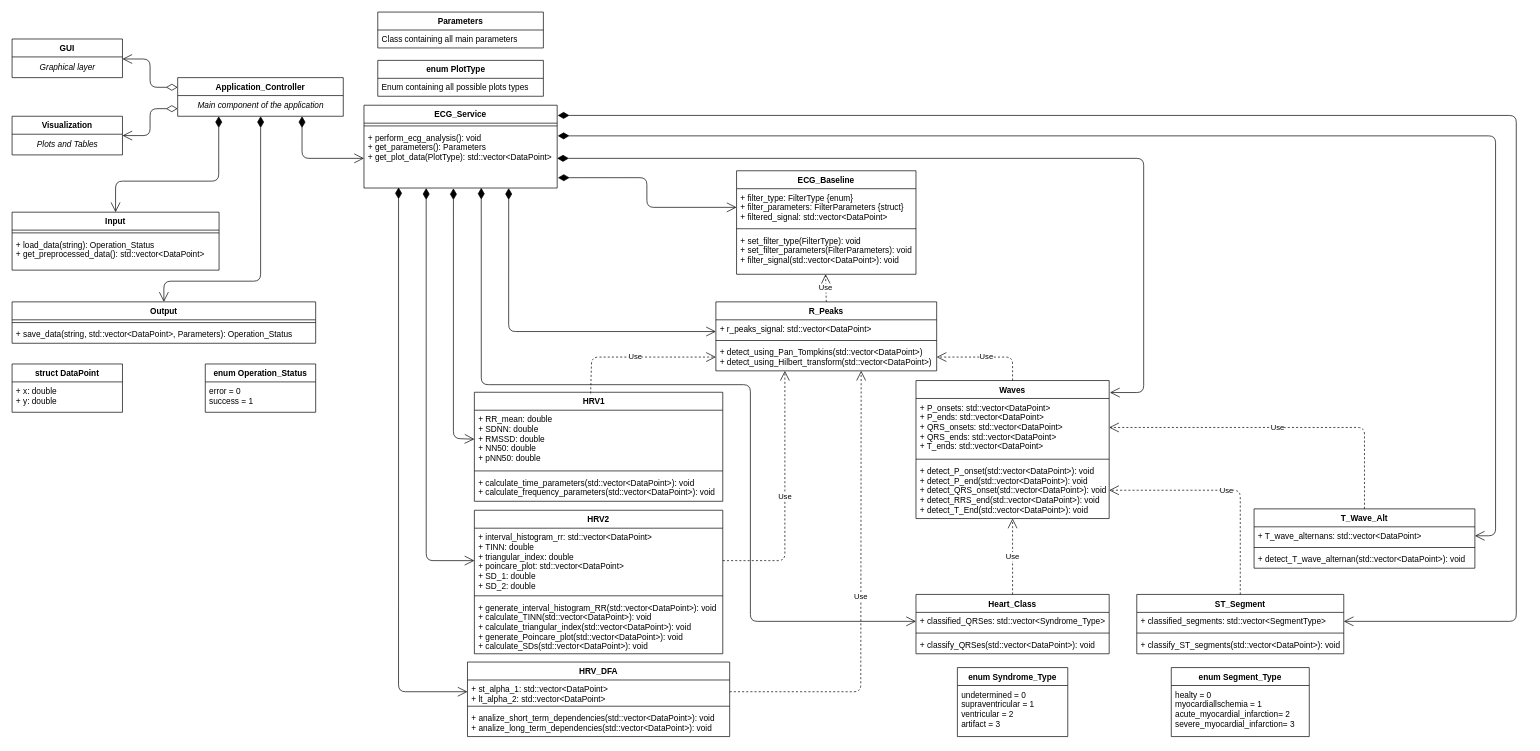
Earlier version of the draw.io diagram Heart Plotter/doc/class_diagram.drawio (kacpermilan/Heart-Plotter). Source tidied: cells renumbered, new cells numbered last; positions are measured from the earlier drawing's top-left corner, leaving out a move shared by most shapes. Both pictures are drawn from the tidied source at 69%, with x=0, y=0 at pixel (12, 12).
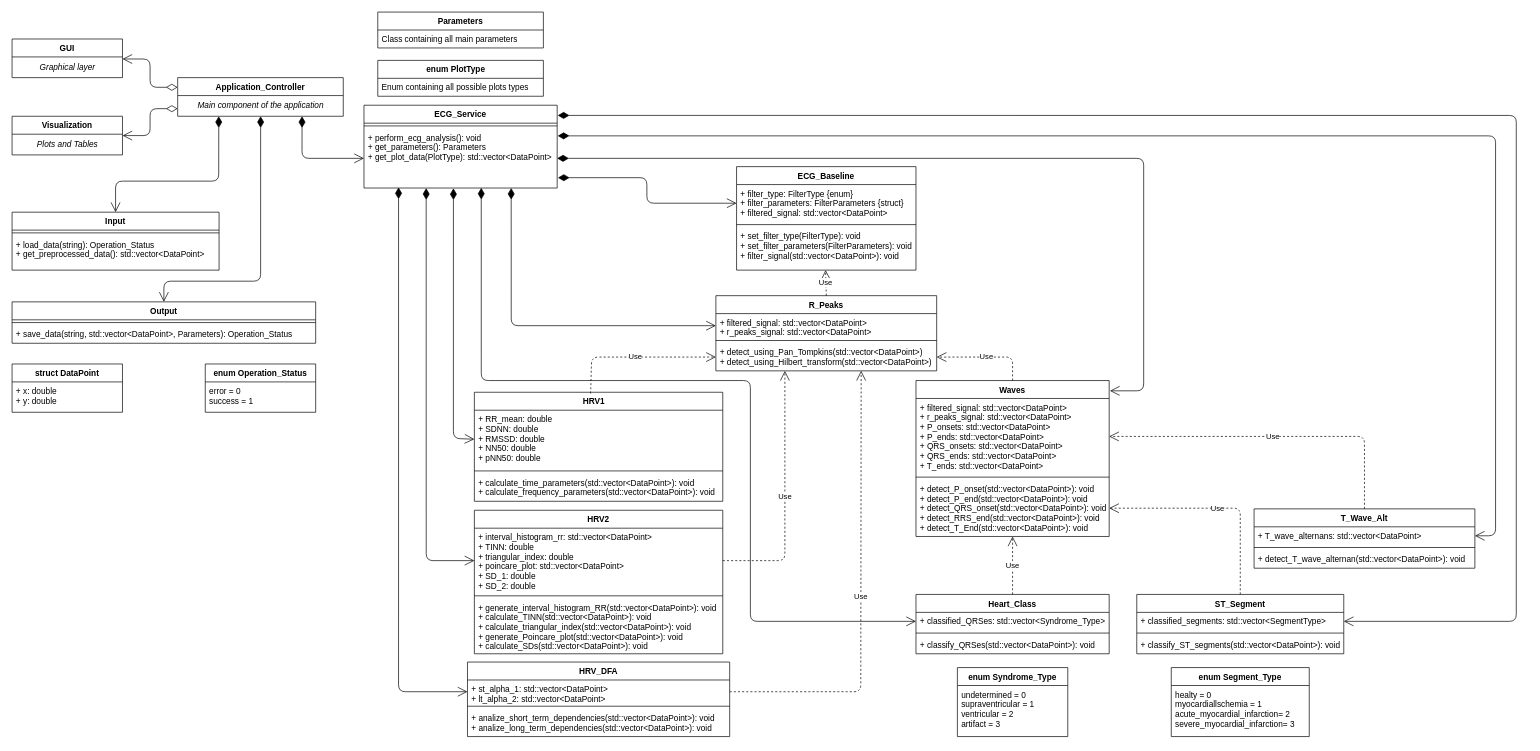
The same diagram, later.

Commit message (it also covers changes not shown here):
docs: adjust the class diagram

The change refers to these unchanged cells:
```xml
<mxCell id="3" value="+ filter_type: FilterType {enum}&#10;+ filter_parameters: FilterParameters {struct}&#10;+ filtered_signal: std::vector&lt;DataPoint&gt;" style="text;strokeColor=none;fillColor=none;align=left;verticalAlign=top;spacingLeft=4;spacingRight=4;overflow=hidden;points=[[0,0.5],[1,0.5]];portConstraint=eastwest;" parent="2" vertex="1">
  <mxGeometry y="26" width="260" height="54" as="geometry" />
</mxCell>
<mxCell id="27" value="+ classified_QRSes: std::vector&lt;Syndrome_Type&gt;" style="text;strokeColor=none;fillColor=none;align=left;verticalAlign=top;spacingLeft=4;spacingRight=4;overflow=hidden;points=[[0,0.5],[1,0.5]];portConstraint=eastwest;" parent="26" vertex="1">
  <mxGeometry y="26" width="280" height="26" as="geometry" />
</mxCell>
<mxCell id="30" value="T_Wave_Alt" style="swimlane;fontStyle=1;align=center;verticalAlign=top;horizontal=1;startSize=26;" parent="1" vertex="1">
  <mxGeometry x="1800" y="720" width="320" height="86" as="geometry" />
</mxCell>
<mxCell id="34" value="ST_Segment" style="swimlane;fontStyle=1;align=center;verticalAlign=top;horizontal=1;startSize=26;" parent="1" vertex="1">
  <mxGeometry x="1630" y="844" width="300" height="86" as="geometry" />
</mxCell>
<mxCell id="54" value="+ perform_ecg_analysis(): void&#10;+ get_parameters(): Parameters&#10;+ get_plot_data(PlotType): std::vector&lt;DataPoint&gt;" style="text;strokeColor=none;fillColor=none;align=left;verticalAlign=top;spacingLeft=4;spacingRight=4;overflow=hidden;points=[[0,0.5],[1,0.5]];portConstraint=eastwest;" parent="52" vertex="1">
  <mxGeometry y="34" width="280" height="86" as="geometry" />
</mxCell>
```

Change to the diagram source:
```diff
@@
     <mxCell id="2" value="ECG_Baseline" style="swimlane;fontStyle=1;align=center;verticalAlign=top;horizontal=1;startSize=26;" parent="1" vertex="1">
-      <mxGeometry x="1050" y="230" width="260" height="150" as="geometry" />
+      <mxGeometry x="1050" y="224" width="260" height="150" as="geometry" />
     </mxCell>
@@
     <mxCell id="6" value="R_Peaks" style="swimlane;fontStyle=1;align=center;verticalAlign=top;horizontal=1;startSize=26;" parent="1" vertex="1">
-      <mxGeometry x="1020" y="420" width="320" height="100" as="geometry" />
+      <mxGeometry x="1020" y="411" width="320" height="109" as="geometry" />
     </mxCell>
-    <mxCell id="7" value="+ r_peaks_signal: std::vector&lt;DataPoint&gt;" style="text;strokeColor=none;fillColor=none;align=left;verticalAlign=top;spacingLeft=4;spacingRight=4;overflow=hidden;points=[[0,0.5],[1,0.5]];portConstraint=eastwest;" parent="6" vertex="1">
-      <mxGeometry y="26" width="320" height="26" as="geometry" />
+    <mxCell id="7" value="+ filtered_signal: std::vector&lt;DataPoint&gt;&#10;+ r_peaks_signal: std::vector&lt;DataPoint&gt;" style="text;strokeColor=none;fillColor=none;align=left;verticalAlign=top;spacingLeft=4;spacingRight=4;overflow=hidden;points=[[0,0.5],[1,0.5]];portConstraint=eastwest;" parent="6" vertex="1">
+      <mxGeometry y="26" width="320" height="35" as="geometry" />
     </mxCell>
     <mxCell id="8" style="line;strokeWidth=1;fillColor=none;align=left;verticalAlign=middle;spacingTop=-1;spacingLeft=3;spacingRight=3;labelPosition=right;strokeColor=inherit;" parent="6" vertex="1">
-      <mxGeometry y="52" width="320" height="8" as="geometry" />
+      <mxGeometry y="61" width="320" height="8" as="geometry" />
     </mxCell>
     <mxCell id="9" value="+ detect_using_Pan_Tompkins(std::vector&lt;DataPoint&gt;)&#10;+ detect_using_Hilbert_transform(std::vector&lt;DataPoint&gt;)" style="text;strokeColor=none;fillColor=none;align=left;verticalAlign=top;spacingLeft=4;spacingRight=4;overflow=hidden;points=[[0,0.5],[1,0.5]];portConstraint=eastwest;" parent="6" vertex="1">
-      <mxGeometry y="60" width="320" height="40" as="geometry" />
+      <mxGeometry y="69" width="320" height="40" as="geometry" />
     </mxCell>
@@
     <mxCell id="14" value="Waves" style="swimlane;fontStyle=1;align=center;verticalAlign=top;horizontal=1;startSize=26;" parent="1" vertex="1">
-      <mxGeometry x="1310" y="534" width="280" height="200" as="geometry" />
+      <mxGeometry x="1310" y="534" width="280" height="226" as="geometry" />
     </mxCell>
-    <mxCell id="15" value="+ P_onsets: std::vector&lt;DataPoint&gt;&#10;+ P_ends: std::vector&lt;DataPoint&gt;&#10;+ QRS_onsets: std::vector&lt;DataPoint&gt;&#10;+ QRS_ends: std::vector&lt;DataPoint&gt;&#10;+ T_ends: std::vector&lt;DataPoint&gt;" style="text;strokeColor=none;fillColor=none;align=left;verticalAlign=top;spacingLeft=4;spacingRight=4;overflow=hidden;points=[[0,0.5],[1,0.5]];portConstraint=eastwest;" parent="14" vertex="1">
-      <mxGeometry y="26" width="280" height="84" as="geometry" />
+    <mxCell id="15" value="+ filtered_signal: std::vector&lt;DataPoint&gt;&#10;+ r_peaks_signal: std::vector&lt;DataPoint&gt;&#10;+ P_onsets: std::vector&lt;DataPoint&gt;&#10;+ P_ends: std::vector&lt;DataPoint&gt;&#10;+ QRS_onsets: std::vector&lt;DataPoint&gt;&#10;+ QRS_ends: std::vector&lt;DataPoint&gt;&#10;+ T_ends: std::vector&lt;DataPoint&gt;" style="text;strokeColor=none;fillColor=none;align=left;verticalAlign=top;spacingLeft=4;spacingRight=4;overflow=hidden;points=[[0,0.5],[1,0.5]];portConstraint=eastwest;" parent="14" vertex="1">
+      <mxGeometry y="26" width="280" height="110" as="geometry" />
     </mxCell>
     <mxCell id="16" style="line;strokeWidth=1;fillColor=none;align=left;verticalAlign=middle;spacingTop=-1;spacingLeft=3;spacingRight=3;labelPosition=right;strokeColor=inherit;" parent="14" vertex="1">
-      <mxGeometry y="110" width="280" height="8" as="geometry" />
+      <mxGeometry y="136" width="280" height="8" as="geometry" />
     </mxCell>
     <mxCell id="17" value="+ detect_P_onset(std::vector&lt;DataPoint&gt;): void&#10;+ detect_P_end(std::vector&lt;DataPoint&gt;): void&#10;+ detect_QRS_onset(std::vector&lt;DataPoint&gt;): void&#10;+ detect_RRS_end(std::vector&lt;DataPoint&gt;): void&#10;+ detect_T_End(std::vector&lt;DataPoint&gt;): void" style="text;strokeColor=none;fillColor=none;align=left;verticalAlign=top;spacingLeft=4;spacingRight=4;overflow=hidden;points=[[0,0.5],[1,0.5]];portConstraint=eastwest;" parent="14" vertex="1">
-      <mxGeometry y="118" width="280" height="82" as="geometry" />
+      <mxGeometry y="144" width="280" height="82" as="geometry" />
     </mxCell>
@@
     <mxCell id="51" value="Use" style="endArrow=open;endSize=12;dashed=1;html=1;exitX=0.5;exitY=0;exitDx=0;exitDy=0;entryX=1;entryY=0.5;entryDx=0;entryDy=0;" parent="1" edge="1" source="34" target="17">
       <mxGeometry relative="1" as="geometry">
         <Array as="points">
-          <mxPoint x="1780" y="693" />
+          <mxPoint x="1780" y="719" />
         </Array>
       </mxGeometry>
     </mxCell>
@@
-    <mxCell id="55" style="endArrow=open;html=1;endSize=12;startArrow=diamondThin;startSize=14;startFill=1;edgeStyle=orthogonalEdgeStyle;align=left;verticalAlign=bottom;entryX=0;entryY=0.5;entryDx=0;entryDy=0;exitX=1.004;exitY=0.826;exitDx=0;exitDy=0;exitPerimeter=0;" parent="1" edge="1" source="54" target="3">
+    <mxCell id="55" style="endArrow=open;html=1;endSize=12;startArrow=diamondThin;startSize=14;startFill=1;edgeStyle=orthogonalEdgeStyle;align=left;verticalAlign=bottom;exitX=1.004;exitY=0.826;exitDx=0;exitDy=0;exitPerimeter=0;entryX=0;entryY=0.5;entryDx=0;entryDy=0;" parent="1" edge="1" source="54" target="3">
       <mxGeometry x="-1" y="3" relative="1" as="geometry">
         <Array as="points">
           <mxPoint x="920" y="240" />
-          <mxPoint x="920" y="283" />
+          <mxPoint x="920" y="277" />
         </Array>
       </mxGeometry>
     </mxCell>
@@
-    <mxCell id="57" style="endArrow=open;html=1;endSize=12;startArrow=diamondThin;startSize=14;startFill=1;edgeStyle=orthogonalEdgeStyle;align=left;verticalAlign=bottom;entryX=1.004;entryY=0.087;entryDx=0;entryDy=0;entryPerimeter=0;exitX=1;exitY=0.5;exitDx=0;exitDy=0;" parent="1" edge="1" source="54" target="14">
+    <mxCell id="57" style="endArrow=open;html=1;endSize=12;startArrow=diamondThin;startSize=14;startFill=1;edgeStyle=orthogonalEdgeStyle;align=left;verticalAlign=bottom;exitX=1;exitY=0.5;exitDx=0;exitDy=0;entryX=1.004;entryY=0.066;entryDx=0;entryDy=0;entryPerimeter=0;" parent="1" edge="1" source="54" target="14">
       <mxGeometry x="-1" y="3" relative="1" as="geometry">
         <Array as="points">
           <mxPoint x="1640" y="212" />
-          <mxPoint x="1640" y="551" />
+          <mxPoint x="1640" y="549" />
         </Array>
       </mxGeometry>
     </mxCell>
     <mxCell id="58" style="endArrow=open;html=1;endSize=12;startArrow=diamondThin;startSize=14;startFill=1;edgeStyle=orthogonalEdgeStyle;align=left;verticalAlign=bottom;exitX=0.607;exitY=0.997;exitDx=0;exitDy=0;exitPerimeter=0;entryX=0;entryY=0.5;entryDx=0;entryDy=0;" parent="1" edge="1" source="54" target="27">
       <mxGeometry x="-1" y="3" relative="1" as="geometry">
         <Array as="points">
-          <mxPoint x="680" y="540" />
-          <mxPoint x="1070" y="540" />
+          <mxPoint x="680" y="534" />
+          <mxPoint x="1070" y="534" />
           <mxPoint x="1070" y="883" />
         </Array>
       </mxGeometry>
     </mxCell>
@@
     <mxCell id="82" value="Use" style="endArrow=open;endSize=12;dashed=1;html=1;exitX=0.5;exitY=0;exitDx=0;exitDy=0;entryX=1;entryY=0.5;entryDx=0;entryDy=0;" parent="1" edge="1" source="30" target="15">
       <mxGeometry relative="1" as="geometry">
         <Array as="points">
-          <mxPoint x="1960" y="602" />
+          <mxPoint x="1960" y="615" />
         </Array>
       </mxGeometry>
     </mxCell>
@@
-    <mxCell id="84" style="endArrow=open;html=1;endSize=12;startArrow=diamondThin;startSize=14;startFill=1;edgeStyle=orthogonalEdgeStyle;align=left;verticalAlign=bottom;exitX=0.749;exitY=1.002;exitDx=0;exitDy=0;exitPerimeter=0;entryX=0;entryY=0.654;entryDx=0;entryDy=0;entryPerimeter=0;" parent="1" edge="1" source="54" target="7">
-      <mxGeometry x="-1" y="3" relative="1" as="geometry">
-        <Array as="points">
-          <mxPoint x="720" y="463" />
-        </Array>
-      </mxGeometry>
-    </mxCell>
@@
+    <mxCell id="84" style="endArrow=open;html=1;endSize=12;startArrow=diamondThin;startSize=14;startFill=1;edgeStyle=orthogonalEdgeStyle;align=left;verticalAlign=bottom;entryX=0;entryY=0.5;entryDx=0;entryDy=0;exitX=0.762;exitY=1;exitDx=0;exitDy=0;exitPerimeter=0;" parent="1" edge="1" source="54" target="7">
+      <mxGeometry x="-1" y="3" relative="1" as="geometry">
+        <Array as="points">
+          <mxPoint x="723" y="455" />
+        </Array>
+      </mxGeometry>
+    </mxCell>
```
